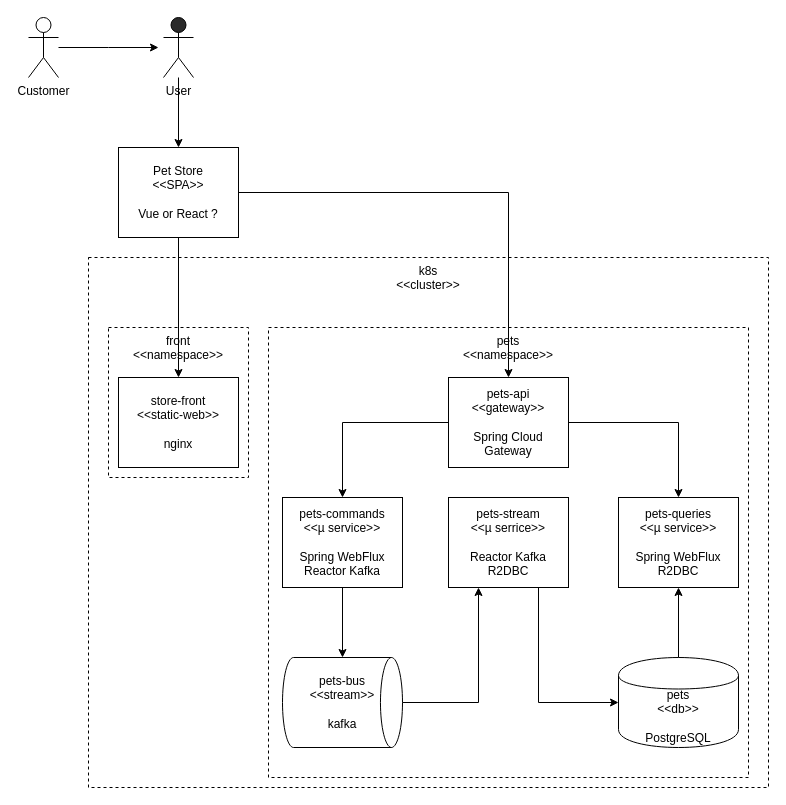
Before: page "pets" (2 of 2) of docs/diagrams.drawio in LearningByExample/kotlin-event-driven-petstore, a draw.io diagram. Source tidied: cells renumbered, new cells numbered last; positions are measured from the earlier drawing's top-left corner, leaving out a move shared by most shapes. Both pictures are drawn from the tidied source at 100%, with x=0, y=0 at pixel (28, 17).
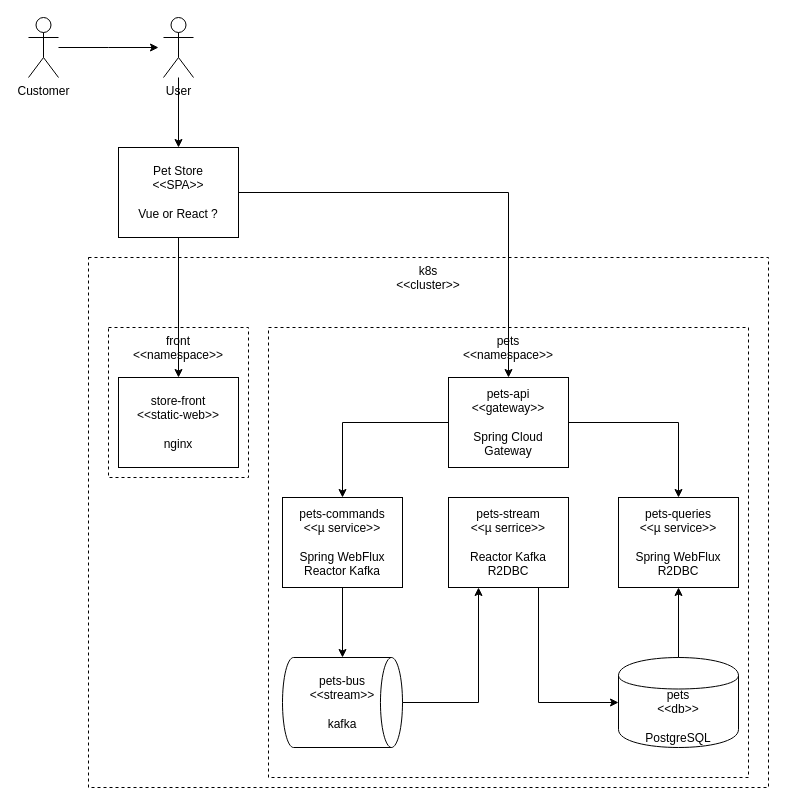
The same page after the edit.

Commit message (it also covers changes not shown here):
final update on digrams, closes  #10

The edit, as a diff of the source:
```diff
@@
-    <mxCell id="5" value="User" style="shape=umlActor;verticalLabelPosition=bottom;labelBackgroundColor=none;verticalAlign=top;html=1;outlineConnect=0;fillColor=#2a2a2a;fontColor=#000000;strokeColor=#000000;" parent="1" vertex="1">
+    <mxCell id="5" value="User" style="shape=umlActor;verticalLabelPosition=bottom;labelBackgroundColor=none;verticalAlign=top;html=1;outlineConnect=0;fillColor=none;fontColor=#000000;strokeColor=#000000;" parent="1" vertex="1">
       <mxGeometry x="135" width="30" height="60" as="geometry" />
     </mxCell>
```
